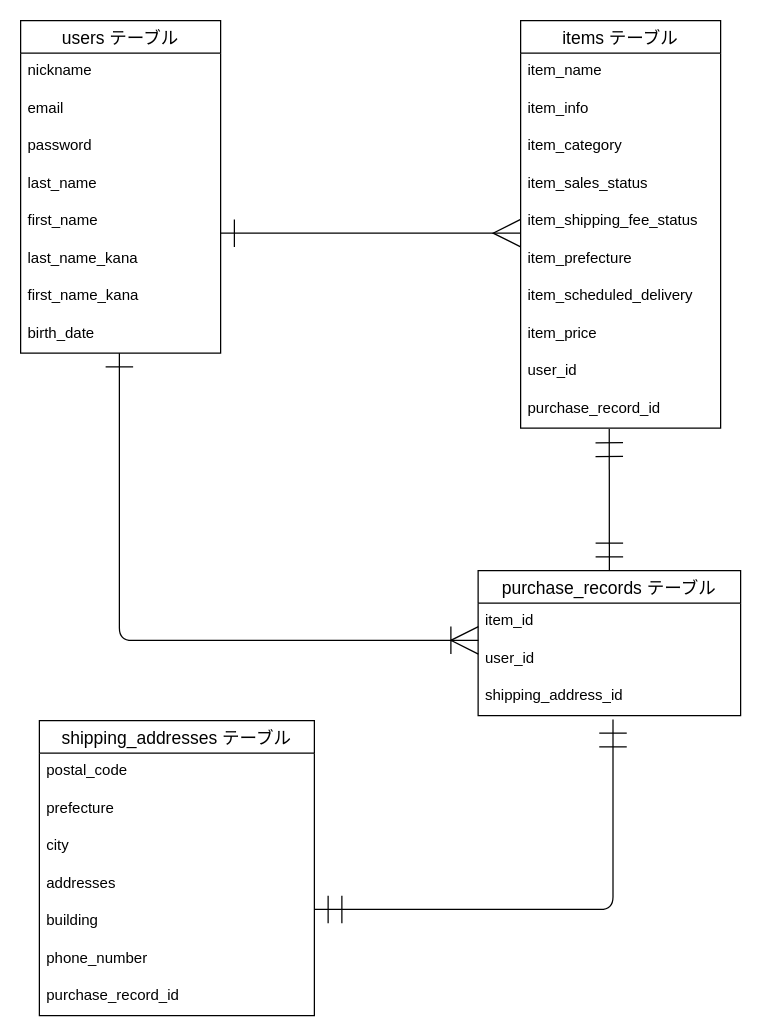
Before: furima.dio in sanonekojita/furima-40014, a draw.io diagram. Source tidied: cells renumbered, new cells numbered last; positions are measured from the earlier drawing's top-left corner, leaving out a move shared by most shapes. Both pictures are drawn from the tidied source at 125%, with x=0, y=0 at pixel (20, 20).
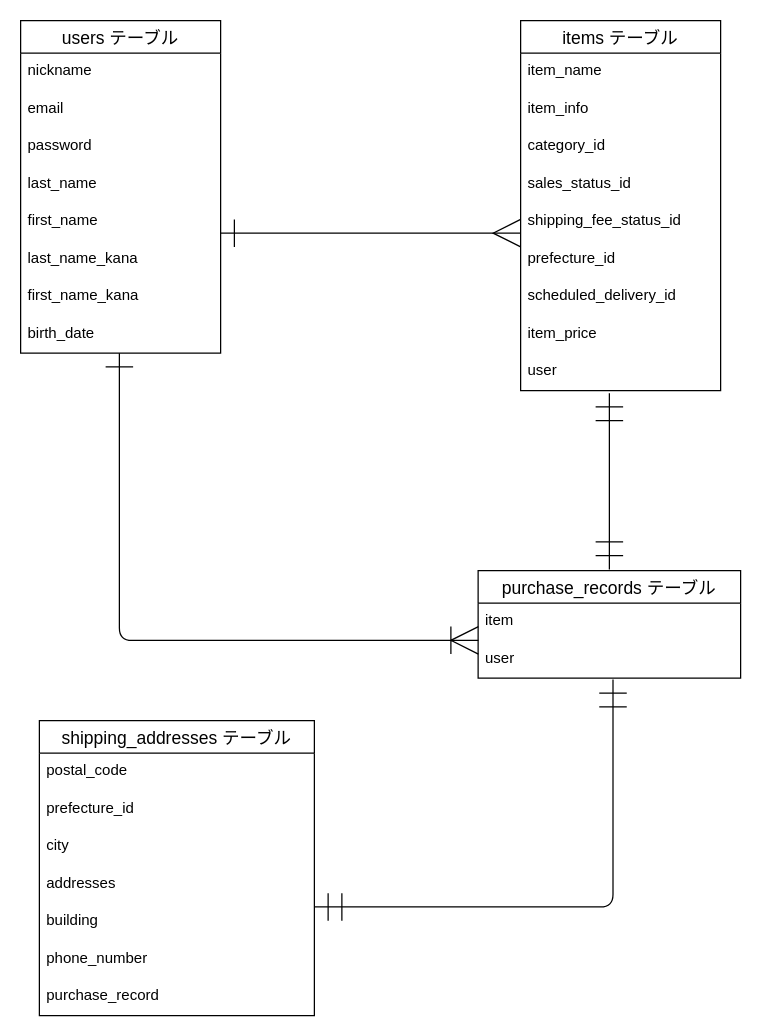
The same page after the edit.

Commit message (it also covers changes not shown here):
ER図/README修正

The change refers to these unchanged cells:
```xml
<mxCell id="22" value="shipping_addresses テーブル" style="swimlane;fontStyle=0;horizontal=1;startSize=26;align=center;fontSize=14;" parent="1" vertex="1">
  <mxGeometry x="15" y="560" width="220" height="236" as="geometry" />
</mxCell>
```

Change to the diagram source:
```diff
@@
     <mxCell id="11" value="items テーブル" style="swimlane;fontStyle=0;horizontal=1;startSize=26;align=center;fontSize=14;" parent="1" vertex="1">
-      <mxGeometry x="400" width="160" height="326" as="geometry" />
+      <mxGeometry x="400" width="160" height="296" as="geometry" />
     </mxCell>
@@
-    <mxCell id="14" value="item_category" style="text;strokeColor=none;fillColor=none;spacingLeft=4;spacingRight=4;overflow=hidden;fontSize=12;" parent="11" vertex="1">
+    <mxCell id="14" value="category_id" style="text;strokeColor=none;fillColor=none;spacingLeft=4;spacingRight=4;overflow=hidden;fontSize=12;" parent="11" vertex="1">
       <mxGeometry y="86" width="160" height="30" as="geometry" />
     </mxCell>
-    <mxCell id="15" value="item_sales_status" style="text;strokeColor=none;fillColor=none;spacingLeft=4;spacingRight=4;overflow=hidden;fontSize=12;" parent="11" vertex="1">
+    <mxCell id="15" value="sales_status_id" style="text;strokeColor=none;fillColor=none;spacingLeft=4;spacingRight=4;overflow=hidden;fontSize=12;" parent="11" vertex="1">
       <mxGeometry y="116" width="160" height="30" as="geometry" />
     </mxCell>
-    <mxCell id="16" value="item_shipping_fee_status" style="text;strokeColor=none;fillColor=none;spacingLeft=4;spacingRight=4;overflow=hidden;fontSize=12;" parent="11" vertex="1">
+    <mxCell id="16" value="shipping_fee_status_id" style="text;strokeColor=none;fillColor=none;spacingLeft=4;spacingRight=4;overflow=hidden;fontSize=12;" parent="11" vertex="1">
       <mxGeometry y="146" width="160" height="30" as="geometry" />
     </mxCell>
-    <mxCell id="17" value="item_prefecture" style="text;strokeColor=none;fillColor=none;spacingLeft=4;spacingRight=4;overflow=hidden;fontSize=12;" parent="11" vertex="1">
+    <mxCell id="17" value="prefecture_id" style="text;strokeColor=none;fillColor=none;spacingLeft=4;spacingRight=4;overflow=hidden;fontSize=12;" parent="11" vertex="1">
       <mxGeometry y="176" width="160" height="30" as="geometry" />
     </mxCell>
-    <mxCell id="18" value="item_scheduled_delivery" style="text;strokeColor=none;fillColor=none;spacingLeft=4;spacingRight=4;overflow=hidden;fontSize=12;" parent="11" vertex="1">
+    <mxCell id="18" value="scheduled_delivery_id" style="text;strokeColor=none;fillColor=none;spacingLeft=4;spacingRight=4;overflow=hidden;fontSize=12;" parent="11" vertex="1">
       <mxGeometry y="206" width="160" height="30" as="geometry" />
     </mxCell>
@@
-    <mxCell id="20" value="user_id" style="text;strokeColor=none;fillColor=none;spacingLeft=4;spacingRight=4;overflow=hidden;fontSize=12;" parent="11" vertex="1">
+    <mxCell id="20" value="user" style="text;strokeColor=none;fillColor=none;spacingLeft=4;spacingRight=4;overflow=hidden;fontSize=12;" parent="11" vertex="1">
       <mxGeometry y="266" width="160" height="30" as="geometry" />
     </mxCell>
-    <mxCell id="21" value="purchase_record_id" style="text;strokeColor=none;fillColor=none;spacingLeft=4;spacingRight=4;overflow=hidden;fontSize=12;" parent="11" vertex="1">
-      <mxGeometry y="296" width="160" height="30" as="geometry" />
-    </mxCell>
@@
-    <mxCell id="24" value="prefecture" style="text;strokeColor=none;fillColor=none;spacingLeft=4;spacingRight=4;overflow=hidden;fontSize=12;" parent="22" vertex="1">
+    <mxCell id="24" value="prefecture_id" style="text;strokeColor=none;fillColor=none;spacingLeft=4;spacingRight=4;overflow=hidden;fontSize=12;" parent="22" vertex="1">
       <mxGeometry y="56" width="220" height="30" as="geometry" />
     </mxCell>
@@
-    <mxCell id="29" value="purchase_record_id" style="text;strokeColor=none;fillColor=none;spacingLeft=4;spacingRight=4;overflow=hidden;fontSize=12;" parent="22" vertex="1">
+    <mxCell id="29" value="purchase_record" style="text;strokeColor=none;fillColor=none;spacingLeft=4;spacingRight=4;overflow=hidden;fontSize=12;" parent="22" vertex="1">
       <mxGeometry y="206" width="220" height="30" as="geometry" />
     </mxCell>
@@
-    <mxCell id="31" style="edgeStyle=orthogonalEdgeStyle;fontSize=12;html=1;endArrow=ERmandOne;startArrow=ERmandOne;strokeWidth=1;startSize=20;endSize=20;sourcePerimeterSpacing=0;targetPerimeterSpacing=0;entryX=0.471;entryY=1.1;entryDx=0;entryDy=0;entryPerimeter=0;" parent="1" edge="1">
+    <mxCell id="31" style="edgeStyle=orthogonalEdgeStyle;fontSize=12;html=1;endArrow=ERmandOne;startArrow=ERmandOne;strokeWidth=1;startSize=20;endSize=20;sourcePerimeterSpacing=0;targetPerimeterSpacing=0;entryX=0.514;entryY=1.1;entryDx=0;entryDy=0;entryPerimeter=0;" parent="1" edge="1">
       <mxGeometry relative="1" as="geometry">
-        <mxPoint x="235" y="711" as="sourcePoint" />
-        <mxPoint x="473.9" y="559" as="targetPoint" />
+        <mxPoint x="235" y="709" as="sourcePoint" />
+        <mxPoint x="473.9" y="527" as="targetPoint" />
         <Array as="points">
-          <mxPoint x="474" y="711" />
+          <mxPoint x="474" y="709" />
         </Array>
       </mxGeometry>
     </mxCell>
@@
     <mxCell id="33" value="purchase_records テーブル" style="swimlane;fontStyle=0;horizontal=1;startSize=26;align=center;fontSize=14;" parent="1" vertex="1">
-      <mxGeometry x="366" y="440" width="210" height="116" as="geometry" />
+      <mxGeometry x="366" y="440" width="210" height="86" as="geometry" />
     </mxCell>
-    <mxCell id="34" value="item_id" style="text;strokeColor=none;fillColor=none;spacingLeft=4;spacingRight=4;overflow=hidden;points=[[0,0.5],[1,0.5]];portConstraint=eastwest;fontSize=12;" parent="33" vertex="1">
+    <mxCell id="34" value="item" style="text;strokeColor=none;fillColor=none;spacingLeft=4;spacingRight=4;overflow=hidden;points=[[0,0.5],[1,0.5]];portConstraint=eastwest;fontSize=12;" parent="33" vertex="1">
       <mxGeometry y="26" width="210" height="30" as="geometry" />
     </mxCell>
-    <mxCell id="35" value="user_id" style="text;strokeColor=none;fillColor=none;spacingLeft=4;spacingRight=4;overflow=hidden;fontSize=12;" parent="33" vertex="1">
+    <mxCell id="35" value="user" style="text;strokeColor=none;fillColor=none;spacingLeft=4;spacingRight=4;overflow=hidden;fontSize=12;" parent="33" vertex="1">
       <mxGeometry y="56" width="210" height="30" as="geometry" />
     </mxCell>
-    <mxCell id="36" value="shipping_address_id" style="text;strokeColor=none;fillColor=none;spacingLeft=4;spacingRight=4;overflow=hidden;fontSize=12;" parent="33" vertex="1">
-      <mxGeometry y="86" width="210" height="30" as="geometry" />
-    </mxCell>
-    <mxCell id="37" style="fontSize=12;html=1;endArrow=ERmandOne;startArrow=ERmandOne;startSize=20;endSize=20;entryX=0.443;entryY=1.09;entryDx=0;entryDy=0;entryPerimeter=0;" parent="1" edge="1">
+    <mxCell id="37" style="fontSize=12;html=1;endArrow=ERmandOne;startArrow=ERmandOne;startSize=20;endSize=20;" parent="1" edge="1">
       <mxGeometry relative="1" as="geometry">
-        <mxPoint x="471" y="440" as="sourcePoint" />
-        <mxPoint x="470.9" y="326.7" as="targetPoint" />
+        <mxPoint x="471" y="439" as="sourcePoint" />
+        <mxPoint x="471" y="298" as="targetPoint" />
       </mxGeometry>
     </mxCell>
```
